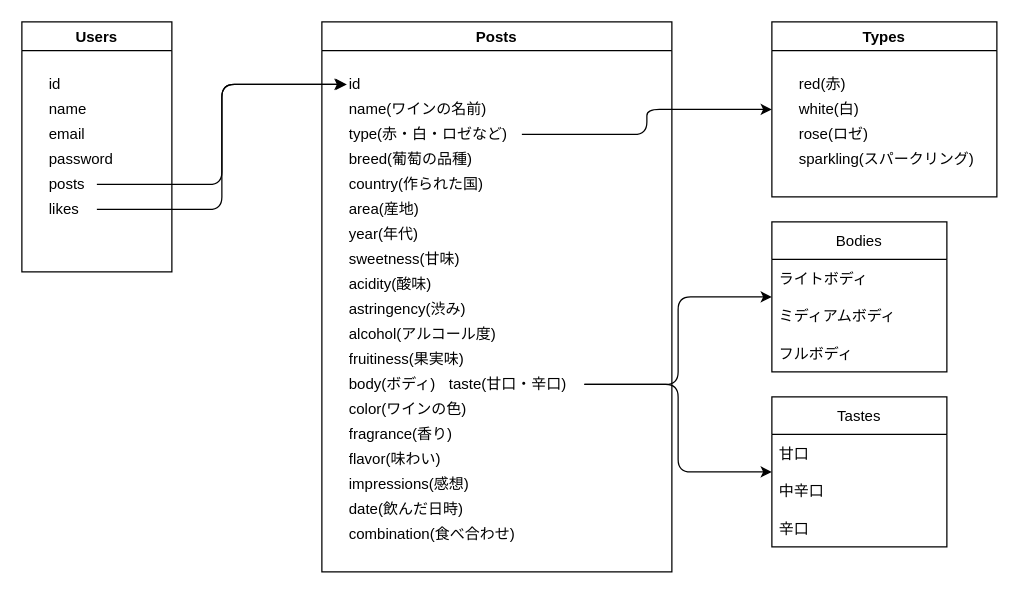
The draw.io diagram docs/tableRelations.drawio in ichi13119/wine_app, before the edit. Source tidied: cells renumbered, new cells numbered last; positions are measured from the earlier drawing's top-left corner, leaving out a move shared by most shapes. Both pictures are drawn from the tidied source at 125%, with x=0, y=0 at pixel (21, 21).
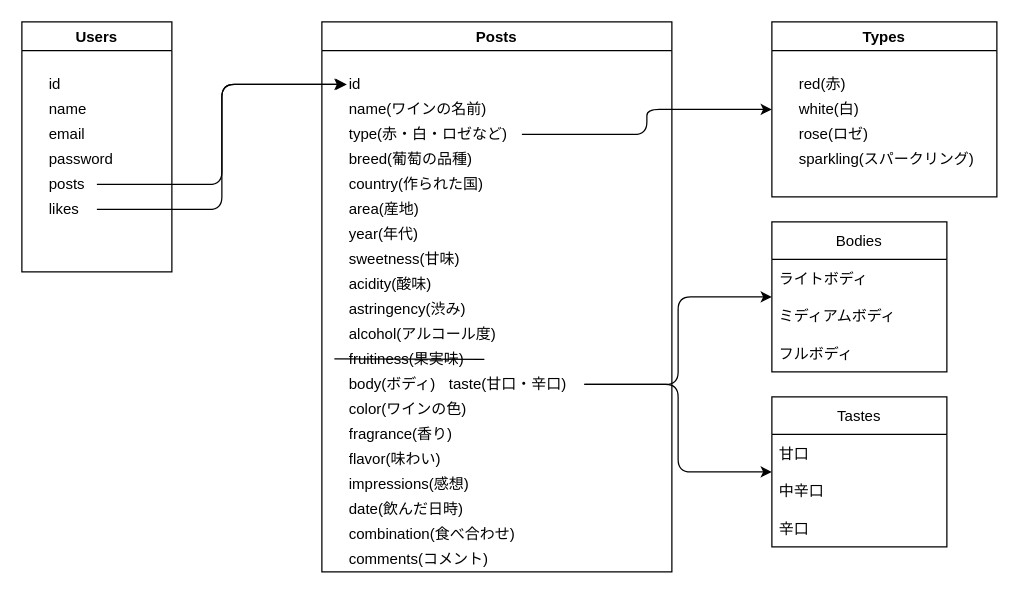
The same page after the edit.

The change refers to these unchanged cells:
```xml
<mxCell id="2" value="Posts" style="swimlane;" parent="1" vertex="1">
  <mxGeometry x="240" width="280" height="440" as="geometry" />
</mxCell>
```

The edit, as a diff of the source:
```diff
@@
-    <mxCell id="15" value="fruitiness(果実味)" style="text;html=1;align=left;verticalAlign=middle;points=[];strokeColor=none;fillColor=none;" parent="2" vertex="1">
+    <mxCell id="15" value="fruitiness(果実味)" style="text;html=1;align=left;verticalAlign=middle;points=[];strokeColor=none;fillColor=none;strokeWidth=1;" parent="2" vertex="1">
       <mxGeometry x="20" y="260" width="110" height="20" as="geometry" />
     </mxCell>
@@
+    <mxCell id="48" value="comments(コメント)" style="text;html=1;align=left;verticalAlign=middle;strokeColor=none;fillColor=none;" parent="2" vertex="1">
+      <mxGeometry x="20" y="420" width="130" height="20" as="geometry" />
+    </mxCell>
+    <mxCell id="49" style="endArrow=none;html=1;entryX=1;entryY=0.5;entryDx=0;entryDy=0;entryPerimeter=0;" parent="2" edge="1" target="15">
+      <mxGeometry relative="1" as="geometry">
+        <mxPoint x="10" y="269.5" as="sourcePoint" />
+      </mxGeometry>
+    </mxCell>
```
